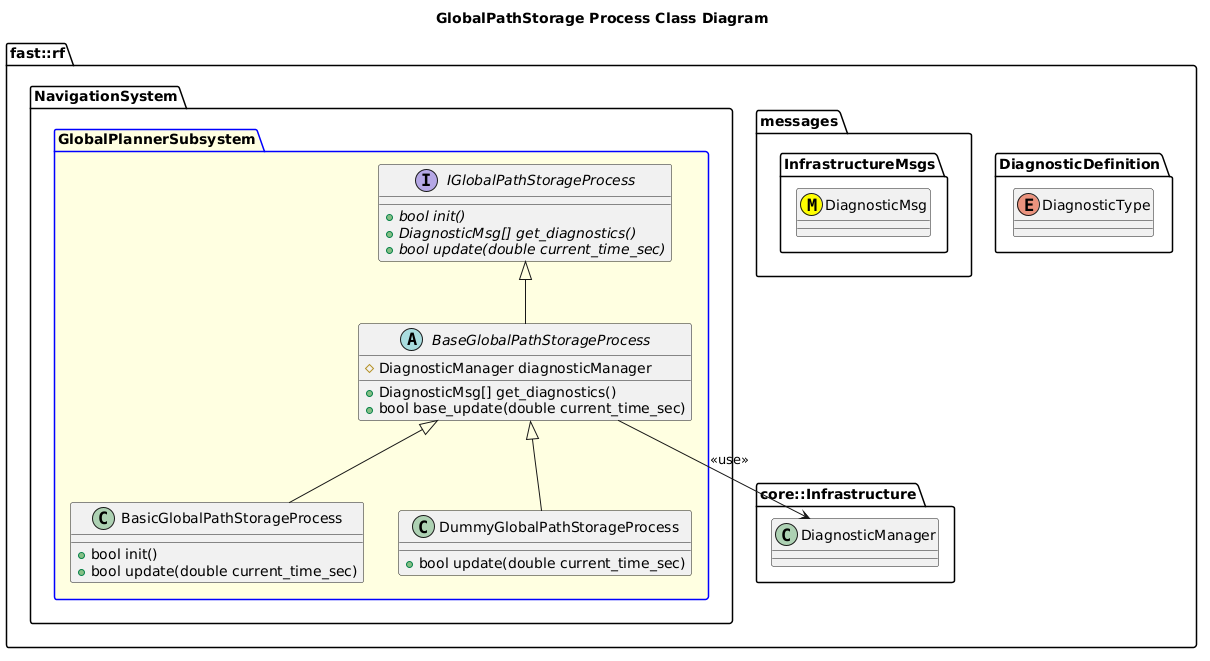
Above: Systems/Navigation/Subsystems/GlobalPlanner/Processes/GlobalPathStorage/doc/puml/GlobalPathStorageProcessClassDiagram.png in fastrobotics/robot_framework (PlantUML), before the change.
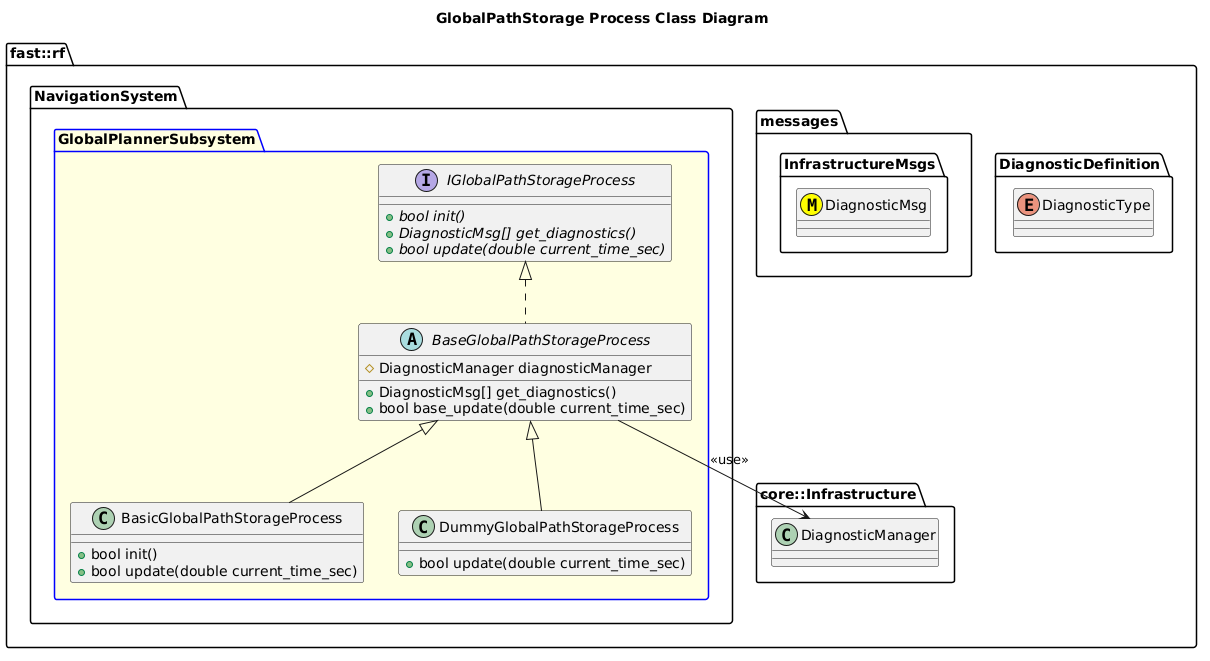
Above is the later version.

Diff of the diagram source:
```diff
@@ -26,7 +26,7 @@
           #DiagnosticManager diagnosticManager
 
         }
-        BaseGlobalPathStorageProcess -up-|> IGlobalPathStorageProcess
+        BaseGlobalPathStorageProcess .up.|> IGlobalPathStorageProcess
         BaseGlobalPathStorageProcess --> DiagnosticManager: <<use>>
         class BasicGlobalPathStorageProcess {
           +bool init()
```
